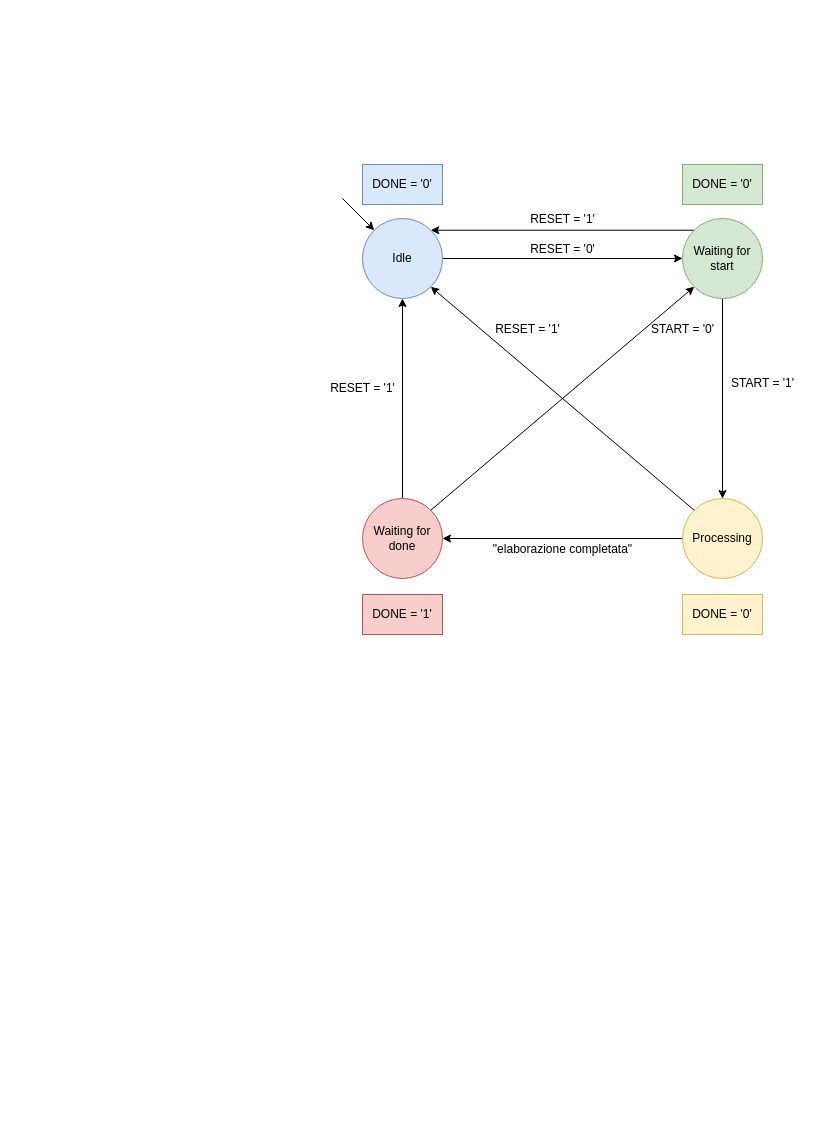
emanueleminotti/ProgettoRetiLogiche-AA2023-24 keeps this draw.io diagram as deliverables/macchina a stati finiti.drawio. Above is the earlier version. Source tidied: cells renumbered, new cells numbered last; positions are measured from the earlier drawing's top-left corner, leaving out a move shared by most shapes. Both pictures are drawn from the tidied source at 100%, with x=0, y=0 at pixel (317, 164).
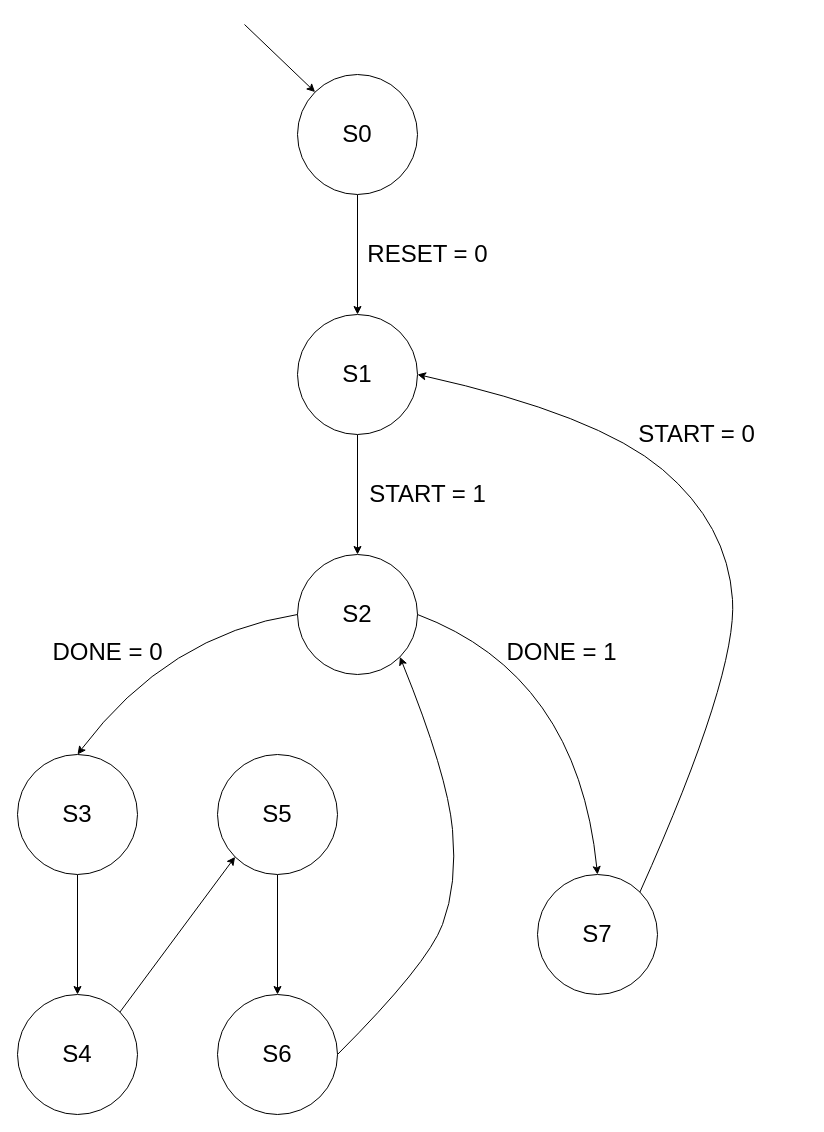
The same page after the edit.

Commit message:
finate state machine diagram update

Change to the diagram source:
```diff
@@
-    <mxCell id="2" style="edgeStyle=orthogonalEdgeStyle;rounded=0;jettySize=auto;html=1;exitX=1;exitY=0.5;exitDx=0;exitDy=0;entryX=0;entryY=0.5;entryDx=0;entryDy=0;" parent="1" edge="1" source="3" target="7">
-      <mxGeometry relative="1" as="geometry" />
-    </mxCell>
-    <mxCell id="3" value="Idle" style="ellipse;whiteSpace=wrap;html=1;fillColor=#dae8fc;strokeColor=#6c8ebf;" parent="1" vertex="1">
-      <mxGeometry x="45" y="54" width="80" height="80" as="geometry" />
-    </mxCell>
-    <mxCell id="4" style="endArrow=classic;html=1;rounded=0;entryX=0;entryY=0;entryDx=0;entryDy=0;" parent="1" edge="1" target="3">
-      <mxGeometry relative="1" as="geometry">
-        <mxPoint x="25" y="34" as="sourcePoint" />
-      </mxGeometry>
-    </mxCell>
-    <mxCell id="5" style="edgeStyle=orthogonalEdgeStyle;rounded=0;jettySize=auto;html=1;exitX=0.5;exitY=1;exitDx=0;exitDy=0;entryX=0.5;entryY=0;entryDx=0;entryDy=0;" parent="1" edge="1" source="7" target="10">
-      <mxGeometry relative="1" as="geometry" />
-    </mxCell>
-    <mxCell id="6" style="edgeStyle=orthogonalEdgeStyle;rounded=0;jettySize=auto;html=1;exitX=0;exitY=0;exitDx=0;exitDy=0;entryX=1;entryY=0;entryDx=0;entryDy=0;" parent="1" edge="1" source="7" target="3">
-      <mxGeometry relative="1" as="geometry" />
-    </mxCell>
-    <mxCell id="7" value="Waiting for start" style="ellipse;whiteSpace=wrap;html=1;fillColor=#d5e8d4;strokeColor=#82b366;" parent="1" vertex="1">
-      <mxGeometry x="365" y="54" width="80" height="80" as="geometry" />
-    </mxCell>
-    <mxCell id="8" value="RESET = '0'" style="text;html=1;align=center;verticalAlign=middle;strokeColor=none;fillColor=none;" parent="1" vertex="1">
-      <mxGeometry x="200" y="70" width="90" height="30" as="geometry" />
-    </mxCell>
-    <mxCell id="9" style="edgeStyle=orthogonalEdgeStyle;rounded=0;jettySize=auto;html=1;exitX=0;exitY=0.5;exitDx=0;exitDy=0;entryX=1;entryY=0.5;entryDx=0;entryDy=0;" parent="1" edge="1" source="10" target="12">
-      <mxGeometry relative="1" as="geometry" />
-    </mxCell>
-    <mxCell id="10" value="Processing" style="ellipse;whiteSpace=wrap;html=1;fillColor=#fff2cc;strokeColor=#d6b656;" parent="1" vertex="1">
-      <mxGeometry x="365" y="334" width="80" height="80" as="geometry" />
-    </mxCell>
-    <mxCell id="11" style="edgeStyle=orthogonalEdgeStyle;rounded=0;jettySize=auto;html=1;exitX=0.5;exitY=0;exitDx=0;exitDy=0;entryX=0.5;entryY=1;entryDx=0;entryDy=0;" parent="1" edge="1" source="12" target="3">
-      <mxGeometry relative="1" as="geometry" />
-    </mxCell>
-    <mxCell id="12" value="Waiting for done" style="ellipse;whiteSpace=wrap;html=1;fillColor=#f8cecc;strokeColor=#b85450;" parent="1" vertex="1">
-      <mxGeometry x="45" y="334" width="80" height="80" as="geometry" />
-    </mxCell>
-    <mxCell id="13" style="endArrow=classic;html=1;rounded=0;exitX=1;exitY=0;exitDx=0;exitDy=0;entryX=0;entryY=1;entryDx=0;entryDy=0;" parent="1" edge="1" source="12" target="7">
-      <mxGeometry relative="1" as="geometry" />
-    </mxCell>
-    <mxCell id="14" value="START = '1'" style="text;html=1;align=center;verticalAlign=middle;strokeColor=none;fillColor=none;" parent="1" vertex="1">
-      <mxGeometry x="400" y="204" width="90" height="30" as="geometry" />
-    </mxCell>
-    <mxCell id="15" value="&quot;elaborazione completata&quot;" style="text;html=1;align=center;verticalAlign=middle;strokeColor=none;fillColor=none;" parent="1" vertex="1">
-      <mxGeometry x="165" y="370" width="160" height="30" as="geometry" />
-    </mxCell>
-    <mxCell id="16" value="&lt;div&gt;START = '0'&lt;/div&gt;" style="text;html=1;align=center;verticalAlign=middle;strokeColor=none;fillColor=none;" parent="1" vertex="1">
-      <mxGeometry x="320" y="150" width="90" height="30" as="geometry" />
-    </mxCell>
-    <mxCell id="17" value="DONE = '0'" style="whiteSpace=wrap;html=1;fillColor=#dae8fc;strokeColor=#6c8ebf;" parent="1" vertex="1">
-      <mxGeometry x="45" width="80" height="40" as="geometry" />
-    </mxCell>
-    <mxCell id="18" value="DONE = '0'" style="whiteSpace=wrap;html=1;fillColor=#d5e8d4;strokeColor=#82b366;" parent="1" vertex="1">
-      <mxGeometry x="365" width="80" height="40" as="geometry" />
-    </mxCell>
-    <mxCell id="19" value="DONE = '0'" style="whiteSpace=wrap;html=1;fillColor=#fff2cc;strokeColor=#d6b656;" parent="1" vertex="1">
-      <mxGeometry x="365" y="430" width="80" height="40" as="geometry" />
-    </mxCell>
-    <mxCell id="20" value="DONE = '1'" style="whiteSpace=wrap;html=1;fillColor=#f8cecc;strokeColor=#b85450;" parent="1" vertex="1">
-      <mxGeometry x="45" y="430" width="80" height="40" as="geometry" />
-    </mxCell>
-    <mxCell id="21" value="RESET = '1'" style="text;html=1;align=center;verticalAlign=middle;strokeColor=none;fillColor=none;" parent="1" vertex="1">
-      <mxGeometry y="209" width="90" height="30" as="geometry" />
-    </mxCell>
-    <mxCell id="22" value="RESET = '1'" style="text;html=1;align=center;verticalAlign=middle;strokeColor=none;fillColor=none;" parent="1" vertex="1">
-      <mxGeometry x="200" y="40" width="90" height="30" as="geometry" />
-    </mxCell>
-    <mxCell id="23" style="endArrow=classic;html=1;rounded=0;exitX=0;exitY=0;exitDx=0;exitDy=0;entryX=1;entryY=1;entryDx=0;entryDy=0;" parent="1" edge="1" source="10" target="3">
-      <mxGeometry relative="1" as="geometry" />
-    </mxCell>
-    <mxCell id="24" value="RESET = '1'" style="text;html=1;align=center;verticalAlign=middle;strokeColor=none;fillColor=none;" parent="1" vertex="1">
-      <mxGeometry x="165" y="150" width="90" height="30" as="geometry" />
-    </mxCell>
+    <mxCell id="25" style="edgeStyle=orthogonalEdgeStyle;rounded=0;jettySize=auto;html=1;exitX=0.5;exitY=1;exitDx=0;exitDy=0;entryX=0.5;entryY=0;entryDx=0;entryDy=0;" parent="1" edge="1" source="26" target="28">
+      <mxGeometry relative="1" as="geometry" />
+    </mxCell>
+    <mxCell id="26" value="&lt;font style=&quot;font-size: 24px;&quot;&gt;S0&lt;/font&gt;" style="ellipse;whiteSpace=wrap;html=1;" parent="1" vertex="1">
+      <mxGeometry x="-20" y="-90" width="120" height="120" as="geometry" />
+    </mxCell>
+    <mxCell id="27" style="edgeStyle=orthogonalEdgeStyle;rounded=0;jettySize=auto;html=1;exitX=0.5;exitY=1;exitDx=0;exitDy=0;entryX=0.5;entryY=0;entryDx=0;entryDy=0;" parent="1" edge="1" source="28" target="29">
+      <mxGeometry relative="1" as="geometry" />
+    </mxCell>
+    <mxCell id="28" value="&lt;font style=&quot;font-size: 24px;&quot;&gt;S1&lt;/font&gt;" style="ellipse;whiteSpace=wrap;html=1;" parent="1" vertex="1">
+      <mxGeometry x="-20" y="150" width="120" height="120" as="geometry" />
+    </mxCell>
+    <mxCell id="29" value="&lt;font style=&quot;font-size: 24px;&quot;&gt;S2&lt;/font&gt;" style="ellipse;whiteSpace=wrap;html=1;" parent="1" vertex="1">
+      <mxGeometry x="-20" y="390" width="120" height="120" as="geometry" />
+    </mxCell>
+    <mxCell id="30" style="edgeStyle=orthogonalEdgeStyle;rounded=0;jettySize=auto;html=1;exitX=0.5;exitY=1;exitDx=0;exitDy=0;entryX=0.5;entryY=0;entryDx=0;entryDy=0;" parent="1" edge="1" source="31" target="32">
+      <mxGeometry relative="1" as="geometry" />
+    </mxCell>
+    <mxCell id="31" value="&lt;font style=&quot;font-size: 24px;&quot;&gt;S3&lt;/font&gt;" style="ellipse;whiteSpace=wrap;html=1;" parent="1" vertex="1">
+      <mxGeometry x="-300" y="590" width="120" height="120" as="geometry" />
+    </mxCell>
+    <mxCell id="32" value="&lt;font style=&quot;font-size: 24px;&quot;&gt;S4&lt;/font&gt;" style="ellipse;whiteSpace=wrap;html=1;" parent="1" vertex="1">
+      <mxGeometry x="-300" y="830" width="120" height="120" as="geometry" />
+    </mxCell>
+    <mxCell id="33" style="edgeStyle=orthogonalEdgeStyle;rounded=0;jettySize=auto;html=1;exitX=0.5;exitY=1;exitDx=0;exitDy=0;entryX=0.5;entryY=0;entryDx=0;entryDy=0;" parent="1" edge="1" source="34" target="35">
+      <mxGeometry relative="1" as="geometry" />
+    </mxCell>
+    <mxCell id="34" value="&lt;font style=&quot;font-size: 24px;&quot;&gt;S5&lt;/font&gt;" style="ellipse;whiteSpace=wrap;html=1;" parent="1" vertex="1">
+      <mxGeometry x="-100" y="590" width="120" height="120" as="geometry" />
+    </mxCell>
+    <mxCell id="35" value="&lt;font style=&quot;font-size: 24px;&quot;&gt;S6&lt;/font&gt;" style="ellipse;whiteSpace=wrap;html=1;" parent="1" vertex="1">
+      <mxGeometry x="-100" y="830" width="120" height="120" as="geometry" />
+    </mxCell>
+    <mxCell id="36" value="&lt;font style=&quot;font-size: 24px;&quot;&gt;S7&lt;/font&gt;" style="ellipse;whiteSpace=wrap;html=1;" parent="1" vertex="1">
+      <mxGeometry x="220" y="710" width="120" height="120" as="geometry" />
+    </mxCell>
+    <mxCell id="37" style="curved=1;endArrow=classic;html=1;rounded=0;entryX=0.5;entryY=0;entryDx=0;entryDy=0;exitX=0;exitY=0.5;exitDx=0;exitDy=0;" parent="1" edge="1" source="29" target="31">
+      <mxGeometry relative="1" as="geometry">
+        <Array as="points">
+          <mxPoint x="-150" y="470" />
+        </Array>
+      </mxGeometry>
+    </mxCell>
+    <mxCell id="38" value="&lt;font style=&quot;font-size: 24px;&quot;&gt;DONE = 0&lt;/font&gt;" style="text;html=1;align=center;verticalAlign=middle;strokeColor=none;fillColor=none;" parent="1" vertex="1">
+      <mxGeometry x="-275" y="468" width="130" height="40" as="geometry" />
+    </mxCell>
+    <mxCell id="39" style="endArrow=classic;html=1;rounded=0;entryX=0;entryY=1;entryDx=0;entryDy=0;exitX=1;exitY=0;exitDx=0;exitDy=0;" parent="1" edge="1" source="32" target="34">
+      <mxGeometry relative="1" as="geometry" />
+    </mxCell>
+    <mxCell id="40" style="curved=1;endArrow=classic;html=1;rounded=0;entryX=1;entryY=1;entryDx=0;entryDy=0;exitX=1;exitY=0.5;exitDx=0;exitDy=0;" parent="1" edge="1" source="35" target="29">
+      <mxGeometry relative="1" as="geometry">
+        <Array as="points">
+          <mxPoint x="110" y="800" />
+          <mxPoint x="140" y="720" />
+          <mxPoint x="130" y="610" />
+        </Array>
+      </mxGeometry>
+    </mxCell>
+    <mxCell id="41" style="curved=1;endArrow=none;html=1;rounded=0;entryX=1;entryY=0.5;entryDx=0;entryDy=0;exitX=0.5;exitY=0;exitDx=0;exitDy=0;startArrow=classic;startFill=1;endFill=0;" parent="1" edge="1" source="36" target="29">
+      <mxGeometry relative="1" as="geometry">
+        <Array as="points">
+          <mxPoint x="260" y="510" />
+        </Array>
+      </mxGeometry>
+    </mxCell>
+    <mxCell id="42" value="&lt;font style=&quot;font-size: 24px;&quot;&gt;DONE = 1&lt;/font&gt;" style="text;html=1;align=center;verticalAlign=middle;strokeColor=none;fillColor=none;" parent="1" vertex="1">
+      <mxGeometry x="179" y="468" width="130" height="40" as="geometry" />
+    </mxCell>
+    <mxCell id="43" value="&lt;font style=&quot;font-size: 24px;&quot;&gt;RESET = 0&lt;/font&gt;" style="text;html=1;align=center;verticalAlign=middle;strokeColor=none;fillColor=none;" parent="1" vertex="1">
+      <mxGeometry x="40" y="70" width="140" height="40" as="geometry" />
+    </mxCell>
+    <mxCell id="44" value="&lt;font style=&quot;font-size: 24px;&quot;&gt;START = 1&lt;/font&gt;" style="text;html=1;align=center;verticalAlign=middle;strokeColor=none;fillColor=none;" parent="1" vertex="1">
+      <mxGeometry x="40" y="310" width="140" height="40" as="geometry" />
+    </mxCell>
+    <mxCell id="45" style="endArrow=classic;html=1;rounded=0;entryX=0;entryY=0;entryDx=0;entryDy=0;" parent="1" edge="1" target="26">
+      <mxGeometry relative="1" as="geometry">
+        <mxPoint x="-73" y="-140" as="sourcePoint" />
+      </mxGeometry>
+    </mxCell>
+    <mxCell id="46" style="curved=1;endArrow=classic;html=1;rounded=0;entryX=1;entryY=0.5;entryDx=0;entryDy=0;exitX=1;exitY=0;exitDx=0;exitDy=0;" parent="1" edge="1" source="36" target="28">
+      <mxGeometry relative="1" as="geometry">
+        <Array as="points">
+          <mxPoint x="420" y="510" />
+          <mxPoint x="410" y="360" />
+          <mxPoint x="280" y="250" />
+        </Array>
+      </mxGeometry>
+    </mxCell>
+    <mxCell id="47" value="&lt;font style=&quot;font-size: 24px;&quot;&gt;START = 0&lt;/font&gt;" style="text;html=1;align=center;verticalAlign=middle;strokeColor=none;fillColor=none;" parent="1" vertex="1">
+      <mxGeometry x="309" y="250" width="140" height="40" as="geometry" />
+    </mxCell>
```
